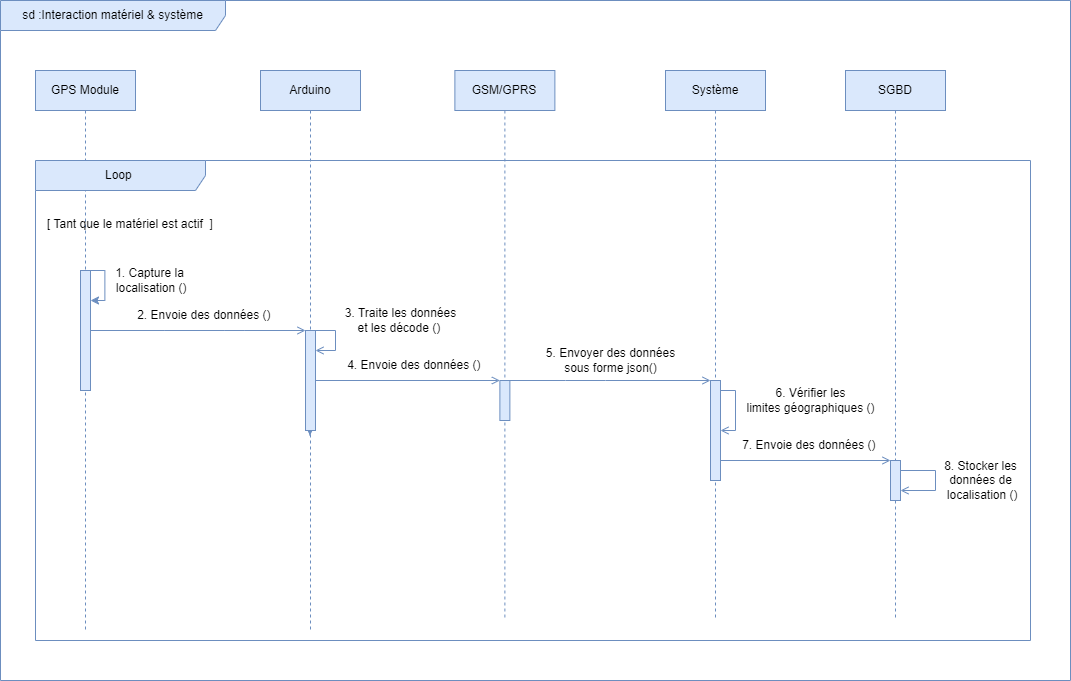
AmineLadrem/Tracking-Containers keeps this draw.io diagram as diagrammes/Diagramme de sequence system & materials.png. Above is the earlier version. Source tidied: cells renumbered, new cells last; positions are measured from the earlier drawing's top-left corner, leaving out a move shared by most shapes.
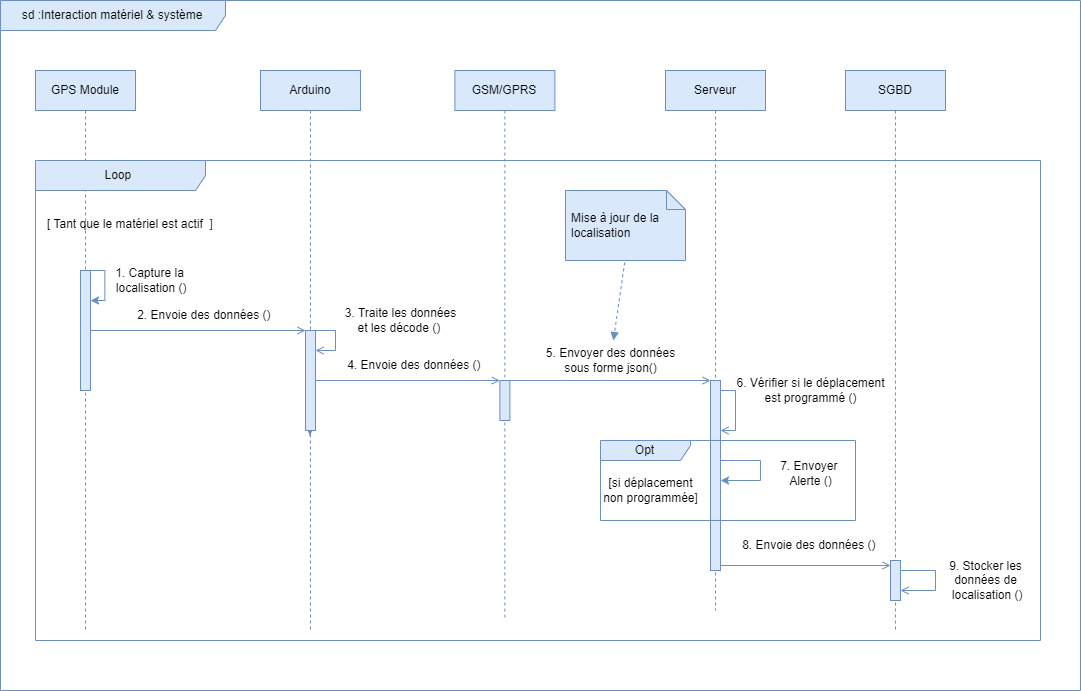
The same file after the commit.

Change to the diagram source:
```diff
@@ -3,7 +3,7 @@
     <mxCell id="0" />
     <mxCell id="1" parent="0" />
     <mxCell id="2" value="sd :Interaction matériel&amp;nbsp;&amp;amp; système" style="shape=umlFrame;whiteSpace=wrap;html=1;width=225;fillColor=#dae8fc;strokeColor=#6c8ebf;height=30;" parent="1" vertex="1">
-      <mxGeometry width="1070" height="680" as="geometry" />
+      <mxGeometry width="1080" height="690" as="geometry" />
     </mxCell>
     <mxCell id="3" value="GPS Module" style="shape=umlLifeline;perimeter=lifelinePerimeter;whiteSpace=wrap;html=1;newEdgeStyle={&quot;edgeStyle&quot;:&quot;elbowEdgeStyle&quot;,&quot;elbow&quot;:&quot;vertical&quot;,&quot;curved&quot;:0,&quot;rounded&quot;:0};fillColor=#dae8fc;strokeColor=#6c8ebf;" parent="2" vertex="1">
       <mxGeometry x="35" y="70" width="100" height="560" as="geometry" />
@@ -57,11 +57,11 @@
     <mxCell id="12" value="2. Envoie des données ()&amp;nbsp;" style="text;html=1;align=center;verticalAlign=middle;strokeColor=none;fillColor=none;" parent="2" vertex="1">
       <mxGeometry x="125" y="300" width="160" height="30" as="geometry" />
     </mxCell>
-    <mxCell id="13" value="Système" style="shape=umlLifeline;perimeter=lifelinePerimeter;whiteSpace=wrap;html=1;newEdgeStyle={&quot;edgeStyle&quot;:&quot;elbowEdgeStyle&quot;,&quot;elbow&quot;:&quot;vertical&quot;,&quot;curved&quot;:0,&quot;rounded&quot;:0};fillColor=#dae8fc;strokeColor=#6c8ebf;" parent="2" vertex="1">
-      <mxGeometry x="665" y="70" width="100" height="550" as="geometry" />
+    <mxCell id="13" value="Serveur" style="shape=umlLifeline;perimeter=lifelinePerimeter;whiteSpace=wrap;html=1;newEdgeStyle={&quot;edgeStyle&quot;:&quot;elbowEdgeStyle&quot;,&quot;elbow&quot;:&quot;vertical&quot;,&quot;curved&quot;:0,&quot;rounded&quot;:0};fillColor=#dae8fc;strokeColor=#6c8ebf;" parent="2" vertex="1">
+      <mxGeometry x="665" y="70" width="100" height="540" as="geometry" />
     </mxCell>
     <mxCell id="14" style="html=1;points=[];perimeter=orthogonalPerimeter;outlineConnect=0;targetShapes=umlLifeline;portConstraint=eastwest;newEdgeStyle={&quot;edgeStyle&quot;:&quot;elbowEdgeStyle&quot;,&quot;elbow&quot;:&quot;vertical&quot;,&quot;curved&quot;:0,&quot;rounded&quot;:0};fillColor=#dae8fc;strokeColor=#6c8ebf;" parent="13" vertex="1">
-      <mxGeometry x="45" y="310" width="10" height="100" as="geometry" />
+      <mxGeometry x="45" y="310" width="10" height="190" as="geometry" />
     </mxCell>
     <mxCell id="15" style="edgeStyle=none;orthogonalLoop=1;jettySize=auto;html=1;rounded=0;fillColor=#dae8fc;strokeColor=#6c8ebf;endArrow=open;endFill=0;" parent="13" edge="1" source="14" target="14">
       <mxGeometry relative="1" as="geometry">
@@ -71,6 +71,14 @@
         </Array>
       </mxGeometry>
     </mxCell>
+    <mxCell id="32" style="edgeStyle=none;orthogonalLoop=1;jettySize=auto;html=1;rounded=0;fillColor=#dae8fc;strokeColor=#6c8ebf;" parent="13" edge="1" source="14" target="14">
+      <mxGeometry relative="1" as="geometry">
+        <Array as="points">
+          <mxPoint x="95" y="390" />
+          <mxPoint x="95" y="410" />
+        </Array>
+      </mxGeometry>
+    </mxCell>
     <mxCell id="16" value="3.&amp;nbsp;Traite les données &lt;br&gt;et les décode ()&amp;nbsp;" style="text;html=1;align=center;verticalAlign=middle;strokeColor=none;fillColor=none;" parent="2" vertex="1">
       <mxGeometry x="335" y="300" width="130" height="40" as="geometry" />
     </mxCell>
@@ -81,15 +89,15 @@
       <mxGeometry x="45" y="310" width="10" height="40" as="geometry" />
     </mxCell>
     <mxCell id="19" value="SGBD" style="shape=umlLifeline;perimeter=lifelinePerimeter;whiteSpace=wrap;html=1;newEdgeStyle={&quot;edgeStyle&quot;:&quot;elbowEdgeStyle&quot;,&quot;elbow&quot;:&quot;vertical&quot;,&quot;curved&quot;:0,&quot;rounded&quot;:0};fillColor=#dae8fc;strokeColor=#6c8ebf;" parent="2" vertex="1">
-      <mxGeometry x="845" y="70" width="100" height="550" as="geometry" />
+      <mxGeometry x="845" y="70" width="100" height="560" as="geometry" />
     </mxCell>
     <mxCell id="20" style="html=1;points=[];perimeter=orthogonalPerimeter;outlineConnect=0;targetShapes=umlLifeline;portConstraint=eastwest;newEdgeStyle={&quot;edgeStyle&quot;:&quot;elbowEdgeStyle&quot;,&quot;elbow&quot;:&quot;vertical&quot;,&quot;curved&quot;:0,&quot;rounded&quot;:0};fillColor=#dae8fc;strokeColor=#6c8ebf;" parent="19" vertex="1">
-      <mxGeometry x="45" y="390" width="10" height="40" as="geometry" />
+      <mxGeometry x="45" y="490" width="10" height="40" as="geometry" />
     </mxCell>
     <mxCell id="21" style="edgeStyle=none;orthogonalLoop=1;jettySize=auto;html=1;rounded=0;endArrow=open;endFill=0;fillColor=#dae8fc;strokeColor=#6c8ebf;" parent="19" edge="1" source="20" target="20">
       <mxGeometry relative="1" as="geometry">
         <Array as="points">
-          <mxPoint x="90" y="400" />
+          <mxPoint x="90" y="500" />
         </Array>
       </mxGeometry>
     </mxCell>
@@ -110,25 +118,45 @@
     <mxCell id="25" value="5. Envoyer des données&lt;br&gt;&amp;nbsp;sous forme json()&amp;nbsp;" style="text;html=1;align=center;verticalAlign=middle;points=[];strokeColor=none;fillColor=none;" parent="2" vertex="1">
       <mxGeometry x="535" y="340" width="150" height="40" as="geometry" />
     </mxCell>
-    <mxCell id="26" value="6. Vérifier les &lt;br&gt;limites géographiques&amp;nbsp;()" style="text;html=1;align=center;verticalAlign=middle;strokeColor=none;fillColor=none;" parent="2" vertex="1">
-      <mxGeometry x="735" y="380" width="150" height="40" as="geometry" />
-    </mxCell>
-    <mxCell id="27" style="edgeStyle=none;jettySize=auto;html=1;rounded=0;fillColor=#dae8fc;strokeColor=#6c8ebf;endArrow=open;endFill=0;" parent="2" edge="1" source="14" target="20">
-      <mxGeometry relative="1" as="geometry" />
+    <mxCell id="27" style="edgeStyle=none;jettySize=auto;html=1;rounded=0;fillColor=#dae8fc;strokeColor=#6c8ebf;endArrow=open;endFill=0;" parent="2" edge="1" target="20">
+      <mxGeometry relative="1" as="geometry">
+        <mxPoint x="720" y="565" as="sourcePoint" />
+      </mxGeometry>
     </mxCell>
-    <mxCell id="28" value="7. Envoie des données ()&amp;nbsp;" style="text;html=1;align=center;verticalAlign=middle;strokeColor=none;fillColor=none;" parent="2" vertex="1">
-      <mxGeometry x="730" y="430" width="160" height="30" as="geometry" />
-    </mxCell>
     <mxCell id="29" value="Loop&amp;nbsp;" style="shape=umlFrame;whiteSpace=wrap;html=1;width=170;fillColor=#dae8fc;strokeColor=#6c8ebf;" parent="2" vertex="1">
-      <mxGeometry x="35" y="160" width="995" height="480" as="geometry" />
+      <mxGeometry x="35" y="160" width="1005" height="480" as="geometry" />
     </mxCell>
     <mxCell id="30" value="[&amp;nbsp;Tant que le matériel est actif&amp;nbsp; ]" style="text;html=1;" parent="29" vertex="1">
       <mxGeometry width="100" height="20" relative="1" as="geometry">
         <mxPoint x="10" y="50" as="offset" />
       </mxGeometry>
     </mxCell>
-    <mxCell id="31" value="8.&amp;nbsp;Stocker les &lt;br&gt;données de&lt;br&gt;&amp;nbsp;localisation ()" style="text;html=1;align=center;verticalAlign=middle;strokeColor=none;fillColor=none;" parent="29" vertex="1">
-      <mxGeometry x="895" y="290" width="100" height="60" as="geometry" />
+    <mxCell id="31" value="9.&amp;nbsp;Stocker les &lt;br&gt;données de&lt;br&gt;&amp;nbsp;localisation ()" style="text;html=1;align=center;verticalAlign=middle;strokeColor=none;fillColor=none;" parent="29" vertex="1">
+      <mxGeometry x="900" y="390" width="100" height="60" as="geometry" />
     </mxCell>
+    <mxCell id="26" value="6. Vérifier si le déplacement &lt;br&gt;est programmé&amp;nbsp;()" style="text;html=1;align=center;verticalAlign=middle;strokeColor=none;fillColor=none;" parent="29" vertex="1">
+      <mxGeometry x="690" y="210" width="170" height="40" as="geometry" />
+    </mxCell>
+    <mxCell id="28" value="8. Envoie des données ()&amp;nbsp;" style="text;html=1;align=center;verticalAlign=middle;strokeColor=none;fillColor=none;" parent="29" vertex="1">
+      <mxGeometry x="695" y="370" width="160" height="30" as="geometry" />
+    </mxCell>
+    <mxCell id="33" value="Opt" style="shape=umlFrame;whiteSpace=wrap;html=1;width=90;fillColor=#dae8fc;strokeColor=#6c8ebf;height=20;" parent="29" vertex="1">
+      <mxGeometry x="565" y="280" width="255" height="80" as="geometry" />
+    </mxCell>
+    <mxCell id="34" value="7. Envoyer&amp;nbsp;&lt;br&gt;Alerte ()" style="text;html=1;align=center;verticalAlign=middle;strokeColor=none;fillColor=none;" parent="29" vertex="1">
+      <mxGeometry x="735" y="293" width="80" height="40" as="geometry" />
+    </mxCell>
+    <mxCell id="35" value="[si déplacement &lt;br&gt;non programmée]" style="text;html=1;align=center;verticalAlign=middle;strokeColor=none;fillColor=none;" parent="29" vertex="1">
+      <mxGeometry x="555" y="310" width="120" height="40" as="geometry" />
+    </mxCell>
+    <mxCell id="36" style="shape=note2;size=19;html=1;fillColor=#dae8fc;strokeColor=#6c8ebf;" parent="2" vertex="1">
+      <mxGeometry x="565" y="190" width="120" height="70" as="geometry" />
+    </mxCell>
+    <mxCell id="37" value="Mise à jour de la localisation&amp;nbsp;" style="text;html=1;strokeColor=none;fillColor=none;align=left;verticalAlign=middle;spacingLeft=4;spacingRight=4;overflow=hidden;points=[[0,0.5],[1,0.5]];portConstraint=eastwest;whiteSpace=wrap;" parent="36" vertex="1">
+      <mxGeometry width="120" height="70" as="geometry" />
+    </mxCell>
+    <mxCell id="38" style="edgeStyle=none;jettySize=auto;html=1;rounded=0;exitX=0.493;exitY=1.029;exitDx=0;exitDy=0;exitPerimeter=0;fillColor=#dae8fc;strokeColor=#6c8ebf;endArrow=block;endFill=1;dashed=1;" parent="2" edge="1" source="37" target="25">
+      <mxGeometry relative="1" as="geometry" />
+    </mxCell>
   </root>
 </mxGraphModel>
```
